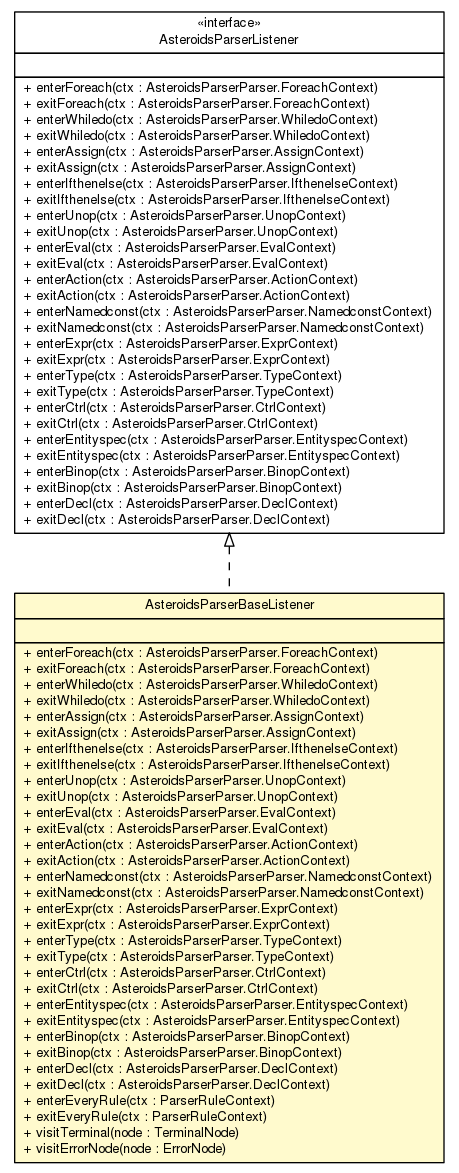
Before: doc/model/programs/parsing/AsteroidsParserBaseListener.png, a diagram exported from Graphviz (sinopeus/asteroids). Its source is kept beside it as doc/model/programs/parsing/AsteroidsParserBaseListener.dot. Its diagram source:
```dot

digraph G {
	edge [fontname="Helvetica",fontsize=10,labelfontname="Helvetica",labelfontsize=10];
	node [fontname="Helvetica",fontsize=10,shape=plaintext];
	nodesep=0.25;
	ranksep=0.5;
	c3798 [label=<<table title="model.programs.parsing.AsteroidsParserBaseListener" border="0" cellborder="1" cellspacing="0" cellpadding="2" port="p" bgcolor="lemonChiffon" href="./AsteroidsParserBaseListener.html">
		<tr><td><table border="0" cellspacing="0" cellpadding="1">
<tr><td align="center" balign="center"> AsteroidsParserBaseListener </td></tr>
		</table></td></tr>
		<tr><td><table border="0" cellspacing="0" cellpadding="1">
<tr><td align="left" balign="left">  </td></tr>
		</table></td></tr>
		<tr><td><table border="0" cellspacing="0" cellpadding="1">
<tr><td align="left" balign="left"> + enterForeach(ctx : AsteroidsParserParser.ForeachContext) </td></tr>
<tr><td align="left" balign="left"> + exitForeach(ctx : AsteroidsParserParser.ForeachContext) </td></tr>
<tr><td align="left" balign="left"> + enterWhiledo(ctx : AsteroidsParserParser.WhiledoContext) </td></tr>
<tr><td align="left" balign="left"> + exitWhiledo(ctx : AsteroidsParserParser.WhiledoContext) </td></tr>
<tr><td align="left" balign="left"> + enterAssign(ctx : AsteroidsParserParser.AssignContext) </td></tr>
<tr><td align="left" balign="left"> + exitAssign(ctx : AsteroidsParserParser.AssignContext) </td></tr>
<tr><td align="left" balign="left"> + enterIfthenelse(ctx : AsteroidsParserParser.IfthenelseContext) </td></tr>
<tr><td align="left" balign="left"> + exitIfthenelse(ctx : AsteroidsParserParser.IfthenelseContext) </td></tr>
<tr><td align="left" balign="left"> + enterUnop(ctx : AsteroidsParserParser.UnopContext) </td></tr>
<tr><td align="left" balign="left"> + exitUnop(ctx : AsteroidsParserParser.UnopContext) </td></tr>
<tr><td align="left" balign="left"> + enterEval(ctx : AsteroidsParserParser.EvalContext) </td></tr>
<tr><td align="left" balign="left"> + exitEval(ctx : AsteroidsParserParser.EvalContext) </td></tr>
<tr><td align="left" balign="left"> + enterAction(ctx : AsteroidsParserParser.ActionContext) </td></tr>
<tr><td align="left" balign="left"> + exitAction(ctx : AsteroidsParserParser.ActionContext) </td></tr>
<tr><td align="left" balign="left"> + enterNamedconst(ctx : AsteroidsParserParser.NamedconstContext) </td></tr>
<tr><td align="left" balign="left"> + exitNamedconst(ctx : AsteroidsParserParser.NamedconstContext) </td></tr>
<tr><td align="left" balign="left"> + enterExpr(ctx : AsteroidsParserParser.ExprContext) </td></tr>
<tr><td align="left" balign="left"> + exitExpr(ctx : AsteroidsParserParser.ExprContext) </td></tr>
<tr><td align="left" balign="left"> + enterType(ctx : AsteroidsParserParser.TypeContext) </td></tr>
<tr><td align="left" balign="left"> + exitType(ctx : AsteroidsParserParser.TypeContext) </td></tr>
<tr><td align="left" balign="left"> + enterCtrl(ctx : AsteroidsParserParser.CtrlContext) </td></tr>
<tr><td align="left" balign="left"> + exitCtrl(ctx : AsteroidsParserParser.CtrlContext) </td></tr>
<tr><td align="left" balign="left"> + enterEntityspec(ctx : AsteroidsParserParser.EntityspecContext) </td></tr>
<tr><td align="left" balign="left"> + exitEntityspec(ctx : AsteroidsParserParser.EntityspecContext) </td></tr>
<tr><td align="left" balign="left"> + enterBinop(ctx : AsteroidsParserParser.BinopContext) </td></tr>
<tr><td align="left" balign="left"> + exitBinop(ctx : AsteroidsParserParser.BinopContext) </td></tr>
<tr><td align="left" balign="left"> + enterDecl(ctx : AsteroidsParserParser.DeclContext) </td></tr>
<tr><td align="left" balign="left"> + exitDecl(ctx : AsteroidsParserParser.DeclContext) </td></tr>
<tr><td align="left" balign="left"> + enterEveryRule(ctx : ParserRuleContext) </td></tr>
<tr><td align="left" balign="left"> + exitEveryRule(ctx : ParserRuleContext) </td></tr>
<tr><td align="left" balign="left"> + visitTerminal(node : TerminalNode) </td></tr>
<tr><td align="left" balign="left"> + visitErrorNode(node : ErrorNode) </td></tr>
		</table></td></tr>
		</table>>, URL="./AsteroidsParserBaseListener.html", fontname="Helvetica", fontcolor="black", fontsize=10.0];
	c3801 [label=<<table title="model.programs.parsing.AsteroidsParserListener" border="0" cellborder="1" cellspacing="0" cellpadding="2" port="p" href="./AsteroidsParserListener.html">
		<tr><td><table border="0" cellspacing="0" cellpadding="1">
<tr><td align="center" balign="center"> &#171;interface&#187; </td></tr>
<tr><td align="center" balign="center"> AsteroidsParserListener </td></tr>
		</table></td></tr>
		<tr><td><table border="0" cellspacing="0" cellpadding="1">
<tr><td align="left" balign="left">  </td></tr>
		</table></td></tr>
		<tr><td><table border="0" cellspacing="0" cellpadding="1">
<tr><td align="left" balign="left"> + enterForeach(ctx : AsteroidsParserParser.ForeachContext) </td></tr>
<tr><td align="left" balign="left"> + exitForeach(ctx : AsteroidsParserParser.ForeachContext) </td></tr>
<tr><td align="left" balign="left"> + enterWhiledo(ctx : AsteroidsParserParser.WhiledoContext) </td></tr>
<tr><td align="left" balign="left"> + exitWhiledo(ctx : AsteroidsParserParser.WhiledoContext) </td></tr>
<tr><td align="left" balign="left"> + enterAssign(ctx : AsteroidsParserParser.AssignContext) </td></tr>
<tr><td align="left" balign="left"> + exitAssign(ctx : AsteroidsParserParser.AssignContext) </td></tr>
<tr><td align="left" balign="left"> + enterIfthenelse(ctx : AsteroidsParserParser.IfthenelseContext) </td></tr>
<tr><td align="left" balign="left"> + exitIfthenelse(ctx : AsteroidsParserParser.IfthenelseContext) </td></tr>
<tr><td align="left" balign="left"> + enterUnop(ctx : AsteroidsParserParser.UnopContext) </td></tr>
<tr><td align="left" balign="left"> + exitUnop(ctx : AsteroidsParserParser.UnopContext) </td></tr>
<tr><td align="left" balign="left"> + enterEval(ctx : AsteroidsParserParser.EvalContext) </td></tr>
<tr><td align="left" balign="left"> + exitEval(ctx : AsteroidsParserParser.EvalContext) </td></tr>
<tr><td align="left" balign="left"> + enterAction(ctx : AsteroidsParserParser.ActionContext) </td></tr>
<tr><td align="left" balign="left"> + exitAction(ctx : AsteroidsParserParser.ActionContext) </td></tr>
<tr><td align="left" balign="left"> + enterNamedconst(ctx : AsteroidsParserParser.NamedconstContext) </td></tr>
<tr><td align="left" balign="left"> + exitNamedconst(ctx : AsteroidsParserParser.NamedconstContext) </td></tr>
<tr><td align="left" balign="left"> + enterExpr(ctx : AsteroidsParserParser.ExprContext) </td></tr>
<tr><td align="left" balign="left"> + exitExpr(ctx : AsteroidsParserParser.ExprContext) </td></tr>
<tr><td align="left" balign="left"> + enterType(ctx : AsteroidsParserParser.TypeContext) </td></tr>
<tr><td align="left" balign="left"> + exitType(ctx : AsteroidsParserParser.TypeContext) </td></tr>
<tr><td align="left" balign="left"> + enterCtrl(ctx : AsteroidsParserParser.CtrlContext) </td></tr>
<tr><td align="left" balign="left"> + exitCtrl(ctx : AsteroidsParserParser.CtrlContext) </td></tr>
<tr><td align="left" balign="left"> + enterEntityspec(ctx : AsteroidsParserParser.EntityspecContext) </td></tr>
<tr><td align="left" balign="left"> + exitEntityspec(ctx : AsteroidsParserParser.EntityspecContext) </td></tr>
<tr><td align="left" balign="left"> + enterBinop(ctx : AsteroidsParserParser.BinopContext) </td></tr>
<tr><td align="left" balign="left"> + exitBinop(ctx : AsteroidsParserParser.BinopContext) </td></tr>
<tr><td align="left" balign="left"> + enterDecl(ctx : AsteroidsParserParser.DeclContext) </td></tr>
<tr><td align="left" balign="left"> + exitDecl(ctx : AsteroidsParserParser.DeclContext) </td></tr>
		</table></td></tr>
		</table>>, URL="./AsteroidsParserListener.html", fontname="Helvetica", fontcolor="black", fontsize=10.0];
	c3801:p -> c3798:p [dir=back,arrowtail=empty,style=dashed];
}
```
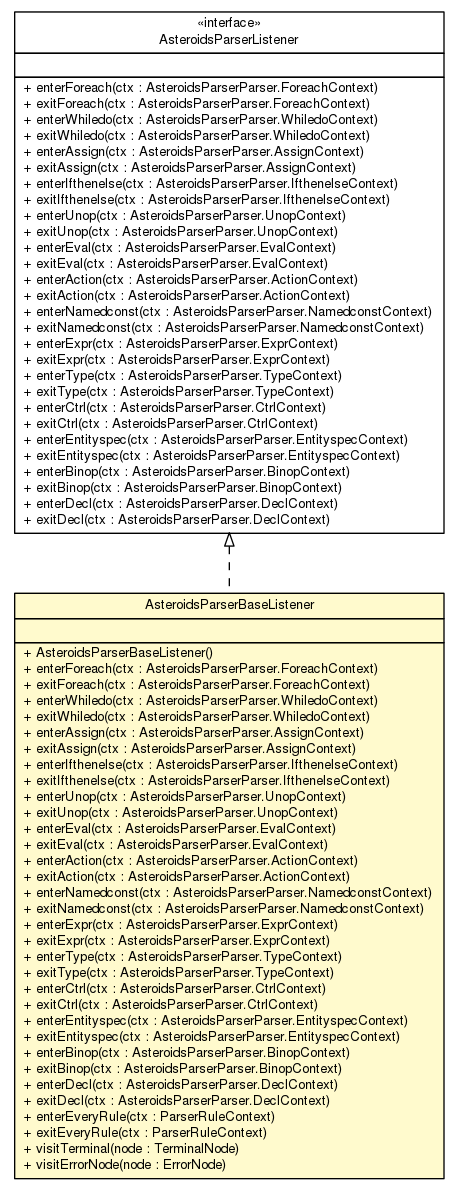
Above is the later version.

The edit, as a diff of the source:
```diff
@@ -4,7 +4,7 @@
 	node [fontname="Helvetica",fontsize=10,shape=plaintext];
 	nodesep=0.25;
 	ranksep=0.5;
-	c3798 [label=<<table title="model.programs.parsing.AsteroidsParserBaseListener" border="0" cellborder="1" cellspacing="0" cellpadding="2" port="p" bgcolor="lemonChiffon" href="./AsteroidsParserBaseListener.html">
+	c3827 [label=<<table title="model.programs.parsing.AsteroidsParserBaseListener" border="0" cellborder="1" cellspacing="0" cellpadding="2" port="p" bgcolor="lemonChiffon" href="./AsteroidsParserBaseListener.html">
 		<tr><td><table border="0" cellspacing="0" cellpadding="1">
 <tr><td align="center" balign="center"> AsteroidsParserBaseListener </td></tr>
 		</table></td></tr>
@@ -12,6 +12,7 @@
 <tr><td align="left" balign="left">  </td></tr>
 		</table></td></tr>
 		<tr><td><table border="0" cellspacing="0" cellpadding="1">
+<tr><td align="left" balign="left"> + AsteroidsParserBaseListener() </td></tr>
 <tr><td align="left" balign="left"> + enterForeach(ctx : AsteroidsParserParser.ForeachContext) </td></tr>
 <tr><td align="left" balign="left"> + exitForeach(ctx : AsteroidsParserParser.ForeachContext) </td></tr>
 <tr><td align="left" balign="left"> + enterWhiledo(ctx : AsteroidsParserParser.WhiledoContext) </td></tr>
@@ -46,7 +47,7 @@
 <tr><td align="left" balign="left"> + visitErrorNode(node : ErrorNode) </td></tr>
 		</table></td></tr>
 		</table>>, URL="./AsteroidsParserBaseListener.html", fontname="Helvetica", fontcolor="black", fontsize=10.0];
-	c3801 [label=<<table title="model.programs.parsing.AsteroidsParserListener" border="0" cellborder="1" cellspacing="0" cellpadding="2" port="p" href="./AsteroidsParserListener.html">
+	c3830 [label=<<table title="model.programs.parsing.AsteroidsParserListener" border="0" cellborder="1" cellspacing="0" cellpadding="2" port="p" href="./AsteroidsParserListener.html">
 		<tr><td><table border="0" cellspacing="0" cellpadding="1">
 <tr><td align="center" balign="center"> &#171;interface&#187; </td></tr>
 <tr><td align="center" balign="center"> AsteroidsParserListener </td></tr>
@@ -85,5 +86,5 @@
 <tr><td align="left" balign="left"> + exitDecl(ctx : AsteroidsParserParser.DeclContext) </td></tr>
 		</table></td></tr>
 		</table>>, URL="./AsteroidsParserListener.html", fontname="Helvetica", fontcolor="black", fontsize=10.0];
-	c3801:p -> c3798:p [dir=back,arrowtail=empty,style=dashed];
+	c3830:p -> c3827:p [dir=back,arrowtail=empty,style=dashed];
 }
```
